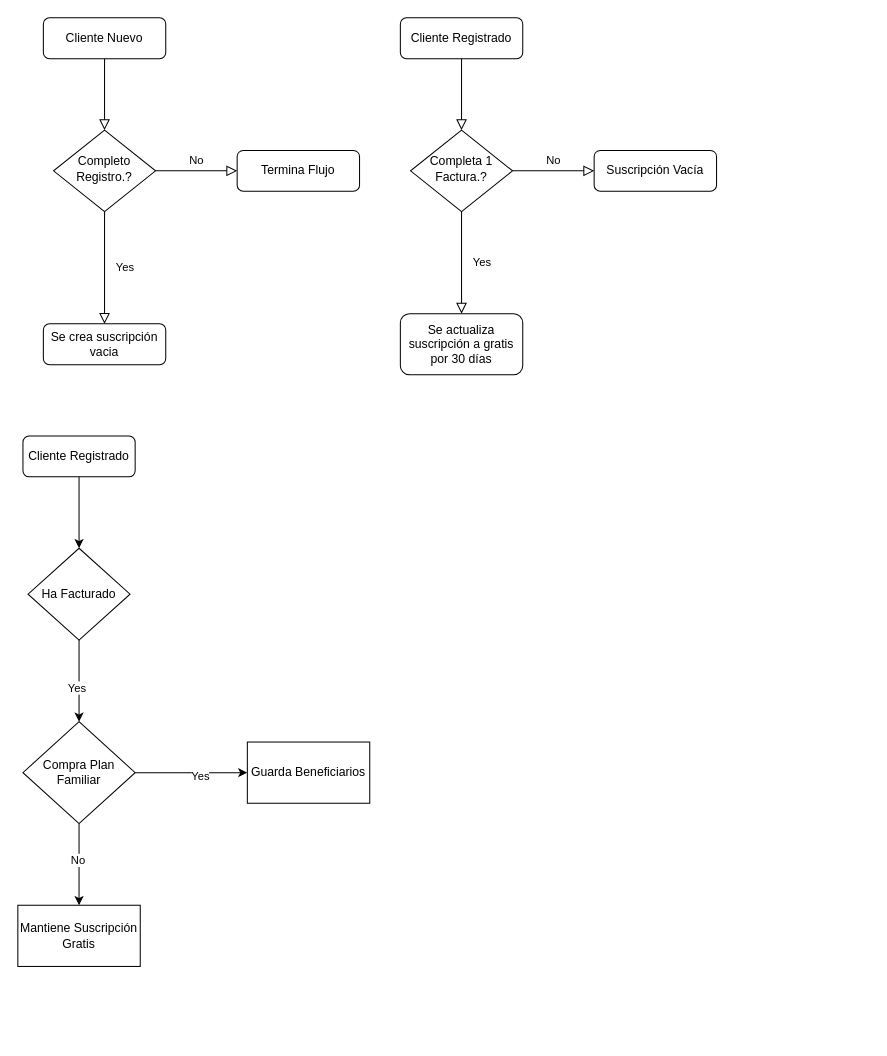
Before: Diagrama sin título.drawio in Nkarsia/Kupuna, a draw.io diagram. Source tidied: cells renumbered, new cells numbered last; positions are measured from the earlier drawing's top-left corner, leaving out a move shared by most shapes. Both pictures are drawn from the tidied source at 102%, with x=0, y=0 at pixel (17, 17).
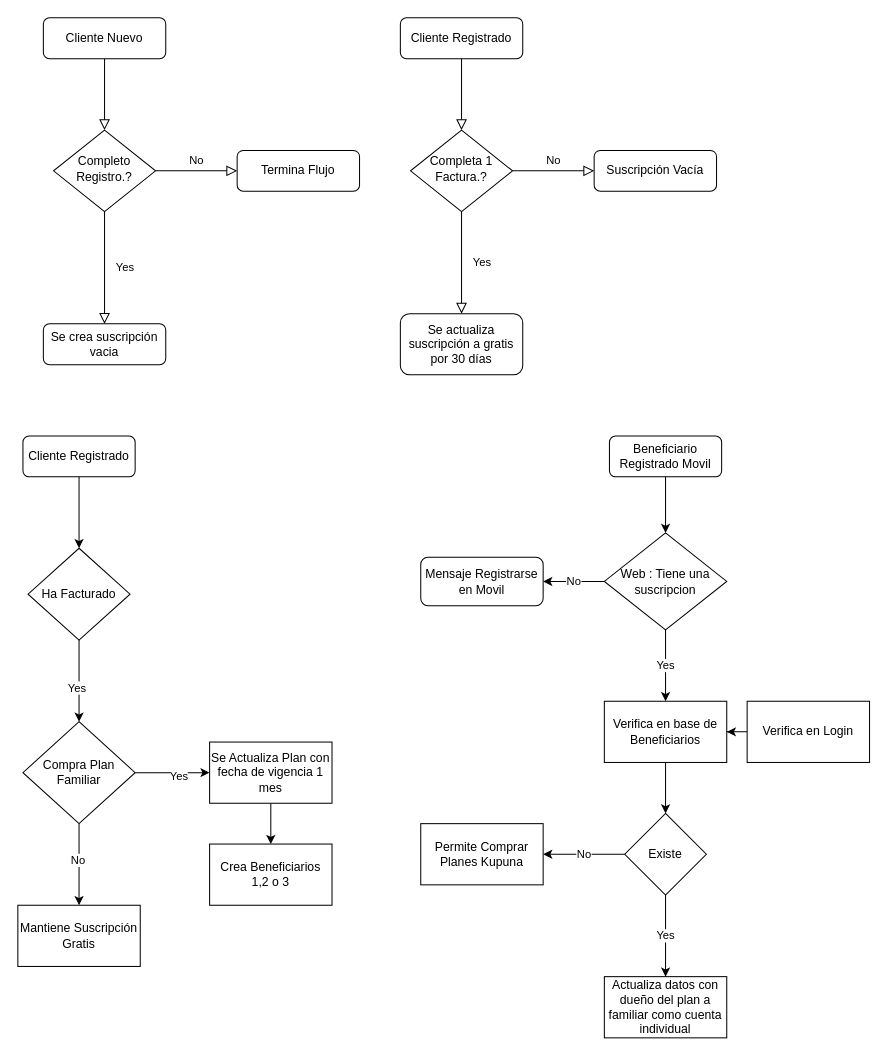
Above is the later version.

Change to the diagram source:
```diff
@@
+    <mxCell id="28" style="edgeStyle=orthogonalEdgeStyle;rounded=0;jettySize=auto;html=1;" parent="1" edge="1" source="22" target="29">
+      <mxGeometry relative="1" as="geometry" />
+    </mxCell>
-    <mxCell id="22" value="Guarda Beneficiarios" style="whiteSpace=wrap;html=1;" parent="1" vertex="1">
-      <mxGeometry x="225" y="710" width="120" height="60" as="geometry" />
+    <mxCell id="22" value="Se Actualiza Plan con fecha de vigencia 1 mes" style="whiteSpace=wrap;html=1;" parent="1" vertex="1">
+      <mxGeometry x="188" y="710" width="120" height="60" as="geometry" />
     </mxCell>
@@
+    <mxCell id="29" value="Crea Beneficiarios 1,2 o 3" style="whiteSpace=wrap;html=1;" parent="1" vertex="1">
+      <mxGeometry x="188" y="810" width="120" height="60" as="geometry" />
+    </mxCell>
+    <mxCell id="30" style="edgeStyle=orthogonalEdgeStyle;rounded=0;jettySize=auto;html=1;entryX=0.5;entryY=0;entryDx=0;entryDy=0;" parent="1" edge="1" source="31" target="34">
+      <mxGeometry relative="1" as="geometry" />
+    </mxCell>
+    <mxCell id="31" value="Beneficiario Registrado Movil" style="rounded=1;whiteSpace=wrap;html=1;fontSize=12;glass=0;strokeWidth=1;shadow=0;" parent="1" vertex="1">
+      <mxGeometry x="580" y="410" width="110" height="40" as="geometry" />
+    </mxCell>
+    <mxCell id="32" value="No" style="edgeStyle=orthogonalEdgeStyle;rounded=0;jettySize=auto;html=1;entryX=1;entryY=0.5;entryDx=0;entryDy=0;" parent="1" edge="1" source="34" target="35">
+      <mxGeometry relative="1" as="geometry" />
+    </mxCell>
+    <mxCell id="33" value="Yes" style="edgeStyle=orthogonalEdgeStyle;rounded=0;jettySize=auto;html=1;" parent="1" edge="1" source="34" target="37">
+      <mxGeometry relative="1" as="geometry" />
+    </mxCell>
+    <mxCell id="34" value="Web : Tiene una suscripcion" style="rhombus;whiteSpace=wrap;html=1;" parent="1" vertex="1">
+      <mxGeometry x="575" y="505" width="120" height="95" as="geometry" />
+    </mxCell>
+    <mxCell id="35" value="Mensaje Registrarse en Movil" style="rounded=1;whiteSpace=wrap;html=1;fontSize=12;glass=0;strokeWidth=1;shadow=0;" parent="1" vertex="1">
+      <mxGeometry x="395" y="528.8" width="120" height="47.5" as="geometry" />
+    </mxCell>
+    <mxCell id="36" style="edgeStyle=orthogonalEdgeStyle;rounded=0;jettySize=auto;html=1;" parent="1" edge="1" source="37" target="40">
+      <mxGeometry relative="1" as="geometry" />
+    </mxCell>
+    <mxCell id="37" value="Verifica en base de Beneficiarios" style="whiteSpace=wrap;html=1;" parent="1" vertex="1">
+      <mxGeometry x="575" y="670" width="120" height="60" as="geometry" />
+    </mxCell>
+    <mxCell id="38" value="No" style="edgeStyle=orthogonalEdgeStyle;rounded=0;jettySize=auto;html=1;" parent="1" edge="1" source="40" target="41">
+      <mxGeometry relative="1" as="geometry" />
+    </mxCell>
+    <mxCell id="39" value="Yes" style="edgeStyle=orthogonalEdgeStyle;rounded=0;jettySize=auto;html=1;" parent="1" edge="1" source="40" target="42">
+      <mxGeometry relative="1" as="geometry" />
+    </mxCell>
+    <mxCell id="40" value="Existe" style="rhombus;whiteSpace=wrap;html=1;" parent="1" vertex="1">
+      <mxGeometry x="595" y="780" width="80" height="80" as="geometry" />
+    </mxCell>
+    <mxCell id="41" value="Permite Comprar Planes Kupuna" style="whiteSpace=wrap;html=1;" parent="1" vertex="1">
+      <mxGeometry x="395" y="790" width="120" height="60" as="geometry" />
+    </mxCell>
+    <mxCell id="42" value="Actualiza datos con dueño del plan a familiar como cuenta individual" style="whiteSpace=wrap;html=1;" parent="1" vertex="1">
+      <mxGeometry x="575" y="940" width="120" height="60" as="geometry" />
+    </mxCell>
+    <mxCell id="43" style="edgeStyle=orthogonalEdgeStyle;rounded=0;jettySize=auto;html=1;" parent="1" edge="1" source="44" target="37">
+      <mxGeometry relative="1" as="geometry" />
+    </mxCell>
+    <mxCell id="44" value="Verifica en Login" style="whiteSpace=wrap;html=1;" parent="1" vertex="1">
+      <mxGeometry x="715" y="670" width="120" height="60" as="geometry" />
+    </mxCell>
```
